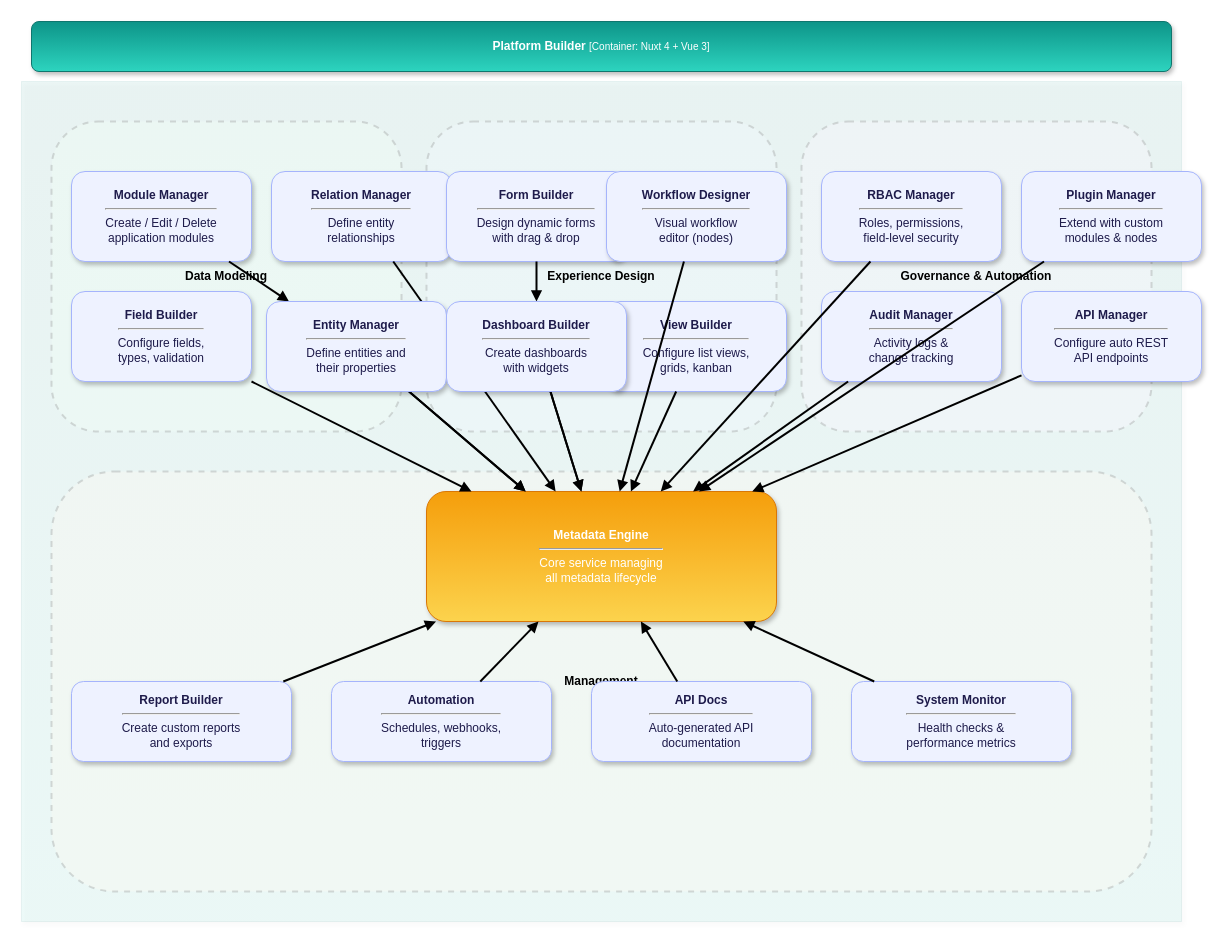
The draw.io diagram page "3 - Platform Builder (C4 L3)" (3 of 9) of nexa-architecture.drawio in dinsorkot-sk/Nexa, before the edit. Source tidied: cells renumbered, new cells numbered last; positions are measured from the earlier drawing's top-left corner, leaving out a move shared by most shapes. Both pictures are drawn from the tidied source at 100%, with x=0, y=0 at pixel (21, 21).
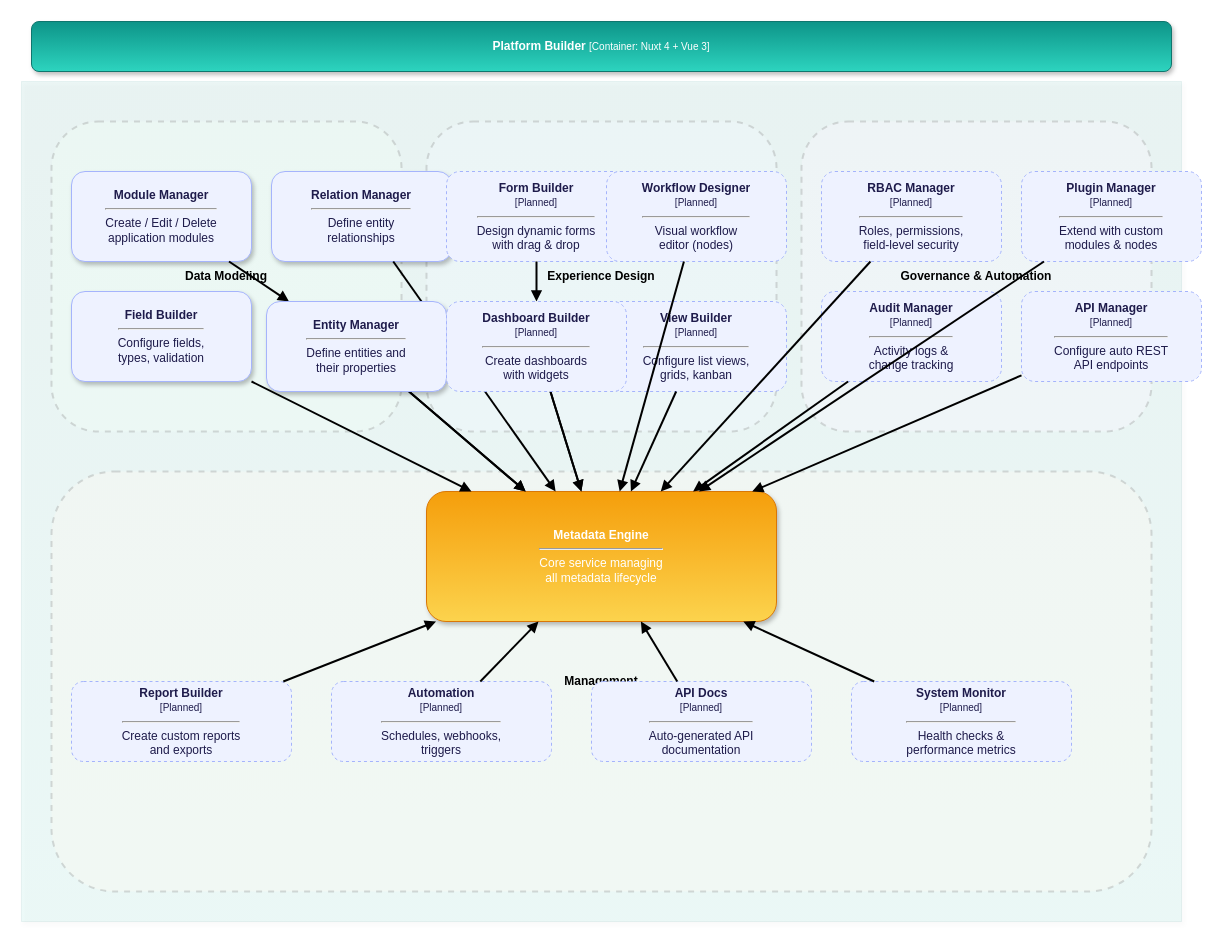
The same page after the edit.

What changed in the source:
```diff
@@
-    <mxCell id="12" value="&lt;b&gt;Form Builder&lt;/b&gt;&lt;hr&gt;Design dynamic forms&lt;br&gt;with drag &amp;amp; drop" style="rounded=1;whiteSpace=wrap;html=1;fillColor=#EEF2FF;strokeColor=#A5B4FC;fontColor=#1E1B4B;shadow=1;" parent="1" vertex="1">
+    <mxCell id="12" value="&lt;b&gt;Form Builder&lt;/b&gt;&lt;br&gt;&lt;small&gt;[Planned]&lt;/small&gt;&lt;hr&gt;Design dynamic forms&lt;br&gt;with drag &amp;amp; drop" style="rounded=1;whiteSpace=wrap;html=1;fillColor=#EEF2FF;strokeColor=#A5B4FC;fontColor=#1E1B4B;dashed=1;" parent="1" vertex="1">
       <mxGeometry x="425" y="150" width="180" height="90" as="geometry" />
     </mxCell>
-    <mxCell id="13" value="&lt;b&gt;View Builder&lt;/b&gt;&lt;hr&gt;Configure list views,&lt;br&gt;grids, kanban" style="rounded=1;whiteSpace=wrap;html=1;fillColor=#EEF2FF;strokeColor=#A5B4FC;fontColor=#1E1B4B;shadow=1;" parent="1" vertex="1">
+    <mxCell id="13" value="&lt;b&gt;View Builder&lt;/b&gt;&lt;br&gt;&lt;small&gt;[Planned]&lt;/small&gt;&lt;hr&gt;Configure list views,&lt;br&gt;grids, kanban" style="rounded=1;whiteSpace=wrap;html=1;fillColor=#EEF2FF;strokeColor=#A5B4FC;fontColor=#1E1B4B;dashed=1;" parent="1" vertex="1">
       <mxGeometry x="585" y="280" width="180" height="90" as="geometry" />
     </mxCell>
-    <mxCell id="14" value="&lt;b&gt;Workflow Designer&lt;/b&gt;&lt;hr&gt;Visual workflow&lt;br&gt;editor (nodes)" style="rounded=1;whiteSpace=wrap;html=1;fillColor=#EEF2FF;strokeColor=#A5B4FC;fontColor=#1E1B4B;shadow=1;" parent="1" vertex="1">
+    <mxCell id="14" value="&lt;b&gt;Workflow Designer&lt;/b&gt;&lt;br&gt;&lt;small&gt;[Planned]&lt;/small&gt;&lt;hr&gt;Visual workflow&lt;br&gt;editor (nodes)" style="rounded=1;whiteSpace=wrap;html=1;fillColor=#EEF2FF;strokeColor=#A5B4FC;fontColor=#1E1B4B;dashed=1;" parent="1" vertex="1">
       <mxGeometry x="585" y="150" width="180" height="90" as="geometry" />
     </mxCell>
-    <mxCell id="15" value="&lt;b&gt;RBAC Manager&lt;/b&gt;&lt;hr&gt;Roles, permissions,&lt;br&gt;field-level security" style="rounded=1;whiteSpace=wrap;html=1;fillColor=#EEF2FF;strokeColor=#A5B4FC;fontColor=#1E1B4B;shadow=1;" parent="1" vertex="1">
+    <mxCell id="15" value="&lt;b&gt;RBAC Manager&lt;/b&gt;&lt;br&gt;&lt;small&gt;[Planned]&lt;/small&gt;&lt;hr&gt;Roles, permissions,&lt;br&gt;field-level security" style="rounded=1;whiteSpace=wrap;html=1;fillColor=#EEF2FF;strokeColor=#A5B4FC;fontColor=#1E1B4B;dashed=1;" parent="1" vertex="1">
       <mxGeometry x="800" y="150" width="180" height="90" as="geometry" />
     </mxCell>
-    <mxCell id="16" value="&lt;b&gt;API Manager&lt;/b&gt;&lt;hr&gt;Configure auto REST&lt;br&gt;API endpoints" style="rounded=1;whiteSpace=wrap;html=1;fillColor=#EEF2FF;strokeColor=#A5B4FC;fontColor=#1E1B4B;shadow=1;" parent="1" vertex="1">
+    <mxCell id="16" value="&lt;b&gt;API Manager&lt;/b&gt;&lt;br&gt;&lt;small&gt;[Planned]&lt;/small&gt;&lt;hr&gt;Configure auto REST&lt;br&gt;API endpoints" style="rounded=1;whiteSpace=wrap;html=1;fillColor=#EEF2FF;strokeColor=#A5B4FC;fontColor=#1E1B4B;dashed=1;" parent="1" vertex="1">
       <mxGeometry x="1000" y="270" width="180" height="90" as="geometry" />
     </mxCell>
-    <mxCell id="17" value="&lt;b&gt;Audit Manager&lt;/b&gt;&lt;hr&gt;Activity logs &amp;amp;&lt;br&gt;change tracking" style="rounded=1;whiteSpace=wrap;html=1;fillColor=#EEF2FF;strokeColor=#A5B4FC;fontColor=#1E1B4B;shadow=1;" parent="1" vertex="1">
+    <mxCell id="17" value="&lt;b&gt;Audit Manager&lt;/b&gt;&lt;br&gt;&lt;small&gt;[Planned]&lt;/small&gt;&lt;hr&gt;Activity logs &amp;amp;&lt;br&gt;change tracking" style="rounded=1;whiteSpace=wrap;html=1;fillColor=#EEF2FF;strokeColor=#A5B4FC;fontColor=#1E1B4B;dashed=1;" parent="1" vertex="1">
       <mxGeometry x="800" y="270" width="180" height="90" as="geometry" />
     </mxCell>
-    <mxCell id="18" value="&lt;b&gt;Plugin Manager&lt;/b&gt;&lt;hr&gt;Extend with custom&lt;br&gt;modules &amp;amp; nodes" style="rounded=1;whiteSpace=wrap;html=1;fillColor=#EEF2FF;strokeColor=#A5B4FC;fontColor=#1E1B4B;shadow=1;" parent="1" vertex="1">
+    <mxCell id="18" value="&lt;b&gt;Plugin Manager&lt;/b&gt;&lt;br&gt;&lt;small&gt;[Planned]&lt;/small&gt;&lt;hr&gt;Extend with custom&lt;br&gt;modules &amp;amp; nodes" style="rounded=1;whiteSpace=wrap;html=1;fillColor=#EEF2FF;strokeColor=#A5B4FC;fontColor=#1E1B4B;dashed=1;" parent="1" vertex="1">
       <mxGeometry x="1000" y="150" width="180" height="90" as="geometry" />
     </mxCell>
-    <mxCell id="19" value="&lt;b&gt;Report Builder&lt;/b&gt;&lt;hr&gt;Create custom reports&lt;br&gt;and exports" style="rounded=1;whiteSpace=wrap;html=1;fillColor=#EEF2FF;strokeColor=#A5B4FC;fontColor=#1E1B4B;shadow=1;" parent="1" vertex="1">
+    <mxCell id="19" value="&lt;b&gt;Report Builder&lt;/b&gt;&lt;br&gt;&lt;small&gt;[Planned]&lt;/small&gt;&lt;hr&gt;Create custom reports&lt;br&gt;and exports" style="rounded=1;whiteSpace=wrap;html=1;fillColor=#EEF2FF;strokeColor=#A5B4FC;fontColor=#1E1B4B;dashed=1;" parent="1" vertex="1">
       <mxGeometry x="50" y="660" width="220" height="80" as="geometry" />
     </mxCell>
-    <mxCell id="20" value="&lt;b&gt;Automation&lt;/b&gt;&lt;hr&gt;Schedules, webhooks,&lt;br&gt;triggers" style="rounded=1;whiteSpace=wrap;html=1;fillColor=#EEF2FF;strokeColor=#A5B4FC;fontColor=#1E1B4B;shadow=1;" parent="1" vertex="1">
+    <mxCell id="20" value="&lt;b&gt;Automation&lt;/b&gt;&lt;br&gt;&lt;small&gt;[Planned]&lt;/small&gt;&lt;hr&gt;Schedules, webhooks,&lt;br&gt;triggers" style="rounded=1;whiteSpace=wrap;html=1;fillColor=#EEF2FF;strokeColor=#A5B4FC;fontColor=#1E1B4B;dashed=1;" parent="1" vertex="1">
       <mxGeometry x="310" y="660" width="220" height="80" as="geometry" />
     </mxCell>
-    <mxCell id="21" value="&lt;b&gt;API Docs&lt;/b&gt;&lt;hr&gt;Auto-generated API&lt;br&gt;documentation" style="rounded=1;whiteSpace=wrap;html=1;fillColor=#EEF2FF;strokeColor=#A5B4FC;fontColor=#1E1B4B;shadow=1;" parent="1" vertex="1">
+    <mxCell id="21" value="&lt;b&gt;API Docs&lt;/b&gt;&lt;br&gt;&lt;small&gt;[Planned]&lt;/small&gt;&lt;hr&gt;Auto-generated API&lt;br&gt;documentation" style="rounded=1;whiteSpace=wrap;html=1;fillColor=#EEF2FF;strokeColor=#A5B4FC;fontColor=#1E1B4B;dashed=1;" parent="1" vertex="1">
       <mxGeometry x="570" y="660" width="220" height="80" as="geometry" />
     </mxCell>
-    <mxCell id="22" value="&lt;b&gt;System Monitor&lt;/b&gt;&lt;hr&gt;Health checks &amp;amp;&lt;br&gt;performance metrics" style="rounded=1;whiteSpace=wrap;html=1;fillColor=#EEF2FF;strokeColor=#A5B4FC;fontColor=#1E1B4B;shadow=1;" parent="1" vertex="1">
+    <mxCell id="22" value="&lt;b&gt;System Monitor&lt;/b&gt;&lt;br&gt;&lt;small&gt;[Planned]&lt;/small&gt;&lt;hr&gt;Health checks &amp;amp;&lt;br&gt;performance metrics" style="rounded=1;whiteSpace=wrap;html=1;fillColor=#EEF2FF;strokeColor=#A5B4FC;fontColor=#1E1B4B;dashed=1;" parent="1" vertex="1">
       <mxGeometry x="830" y="660" width="220" height="80" as="geometry" />
     </mxCell>
@@
-    <mxCell id="42" value="&lt;b&gt;Dashboard Builder&lt;/b&gt;&lt;hr&gt;Create dashboards&lt;br&gt;with widgets" style="rounded=1;whiteSpace=wrap;html=1;fillColor=#EEF2FF;strokeColor=#A5B4FC;fontColor=#1E1B4B;shadow=1;" parent="1" vertex="1">
+    <mxCell id="42" value="&lt;b&gt;Dashboard Builder&lt;/b&gt;&lt;br&gt;&lt;small&gt;[Planned]&lt;/small&gt;&lt;hr&gt;Create dashboards&lt;br&gt;with widgets" style="rounded=1;whiteSpace=wrap;html=1;fillColor=#EEF2FF;strokeColor=#A5B4FC;fontColor=#1E1B4B;dashed=1;" parent="1" vertex="1">
       <mxGeometry x="425" y="280" width="180" height="90" as="geometry" />
     </mxCell>
```
